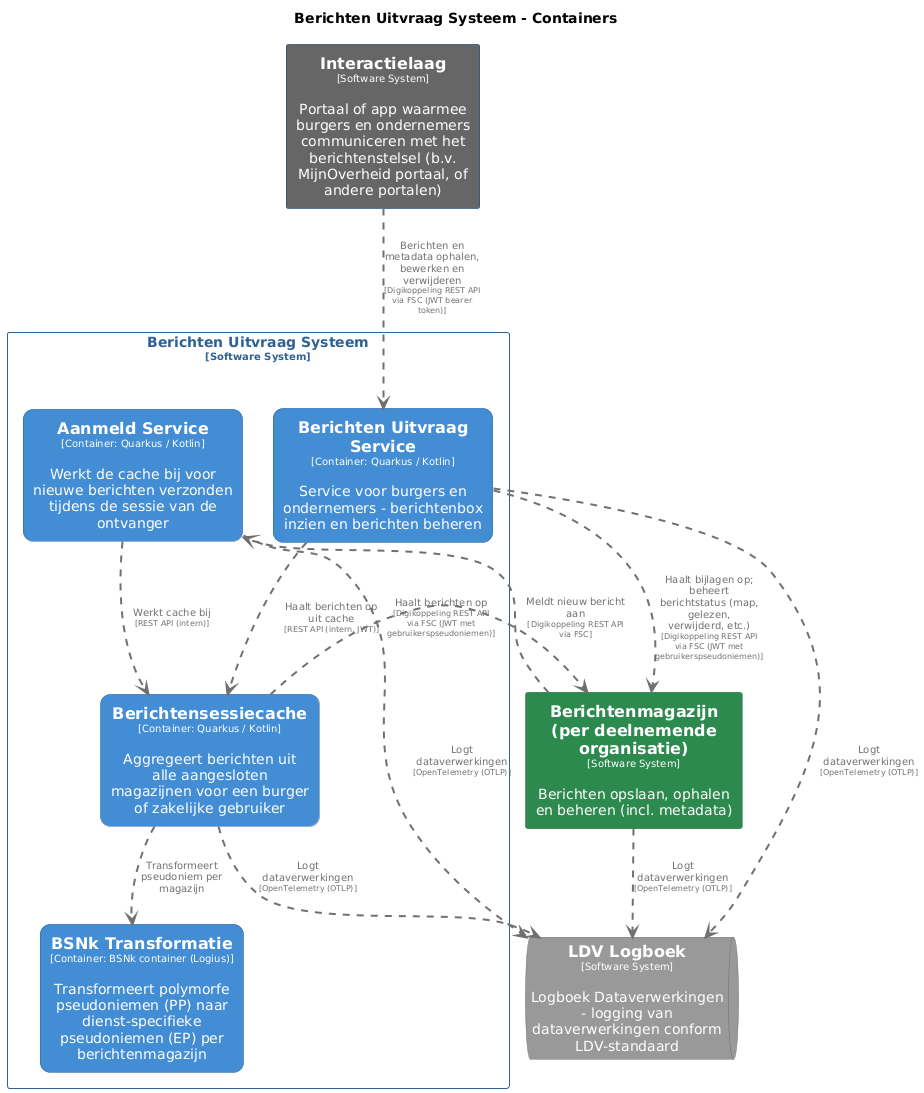
Above: pr-preview/pr-22/master/png/BerichtenUitvraagSysteemContainers.png in MinBZK/moza-poc-fbs-berichtenbox (PlantUML), before the change.
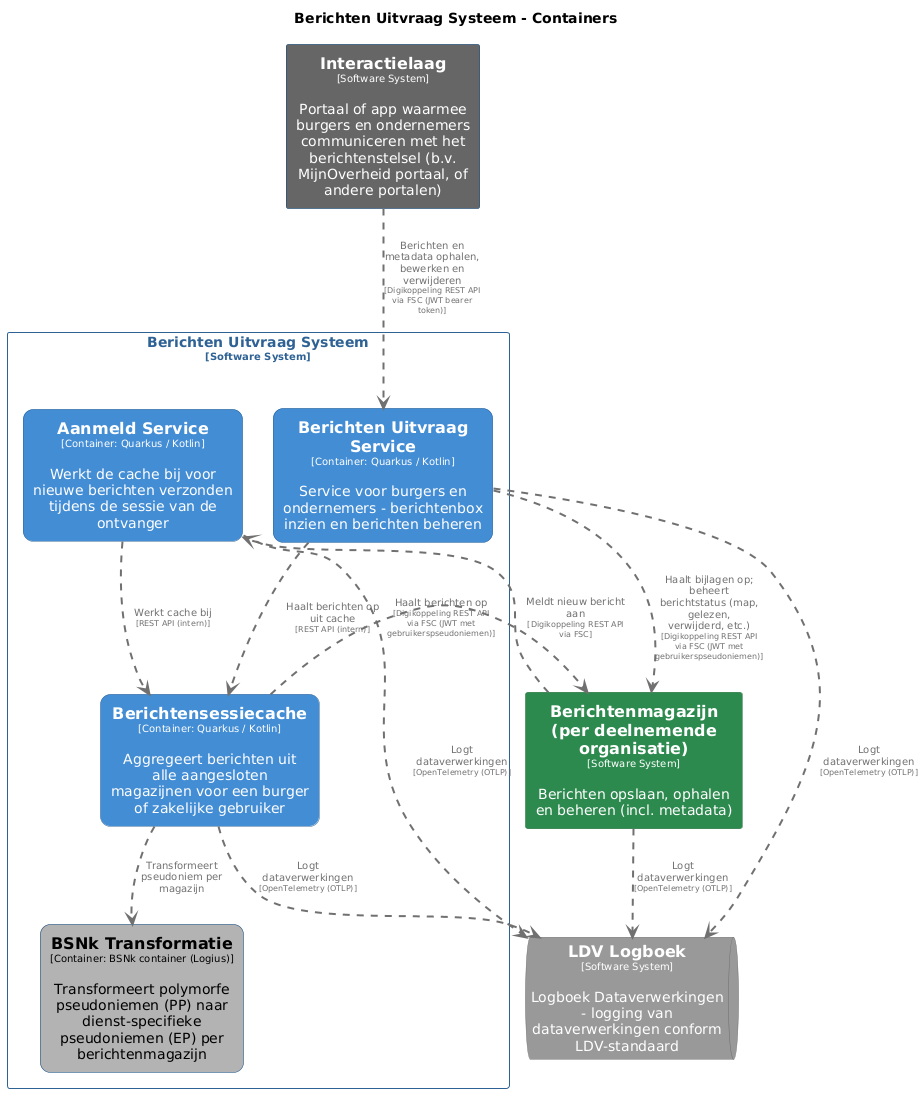
The same diagram one commit later.

Diff of the diagram source:
```diff
@@ -23,9 +23,9 @@
   shadowing false
 }
 skinparam rectangle<<BerichtenUitvraagSysteem.BSNkTransformatie>> {
-  BackgroundColor #438dd5
-  FontColor #ffffff
-  BorderColor #2e6295
+  BackgroundColor #b3b3b3
+  FontColor #000000
+  BorderColor #0b4884
   roundCorner 20
   shadowing false
 }
@@ -85,7 +85,7 @@
 BerichtenUitvraagSysteem.AanmeldService .[#707070,thickness=2].> LDVLogboek : "<color:#707070>Logt dataverwerkingen\n<color:#707070><size:8>[OpenTelemetry (OTLP)]</size>"
 BerichtenUitvraagSysteem.Berichtensessiecache .[#707070,thickness=2].> BerichtenUitvraagSysteem.BSNkTransformatie : "<color:#707070>Transformeert pseudoniem per magazijn"
 BerichtenUitvraagSysteem.AanmeldService .[#707070,thickness=2].> BerichtenUitvraagSysteem.Berichtensessiecache : "<color:#707070>Werkt cache bij\n<color:#707070><size:8>[REST API (intern)]</size>"
-BerichtenUitvraagSysteem.BerichtenUitvraagService .[#707070,thickness=2].> BerichtenUitvraagSysteem.Berichtensessiecache : "<color:#707070>Haalt berichten op uit cache\n<color:#707070><size:8>[REST API (intern, JWT)]</size>"
+BerichtenUitvraagSysteem.BerichtenUitvraagService .[#707070,thickness=2].> BerichtenUitvraagSysteem.Berichtensessiecache : "<color:#707070>Haalt berichten op uit cache\n<color:#707070><size:8>[REST API (intern)]</size>"
 Interactielaag .[#707070,thickness=2].> BerichtenUitvraagSysteem.BerichtenUitvraagService : "<color:#707070>Berichten en metadata ophalen, bewerken en verwijderen\n<color:#707070><size:8>[Digikoppeling REST API via FSC (JWT bearer token)]</size>"
 BerichtenUitvraagSysteem.BerichtenUitvraagService .[#707070,thickness=2].> Berichtenmagazijnperdeelnemendeorganisatie : "<color:#707070>Haalt bijlagen op; beheert berichtstatus (map, gelezen, verwijderd, etc.)\n<color:#707070><size:8>[Digikoppeling REST API via FSC (JWT met gebruikerspseudoniemen)]</size>"
 Berichtenmagazijnperdeelnemendeorganisatie .[#707070,thickness=2].> BerichtenUitvraagSysteem.AanmeldService : "<color:#707070>Meldt nieuw bericht aan\n<color:#707070><size:8>[Digikoppeling REST API via FSC]</size>"
```
